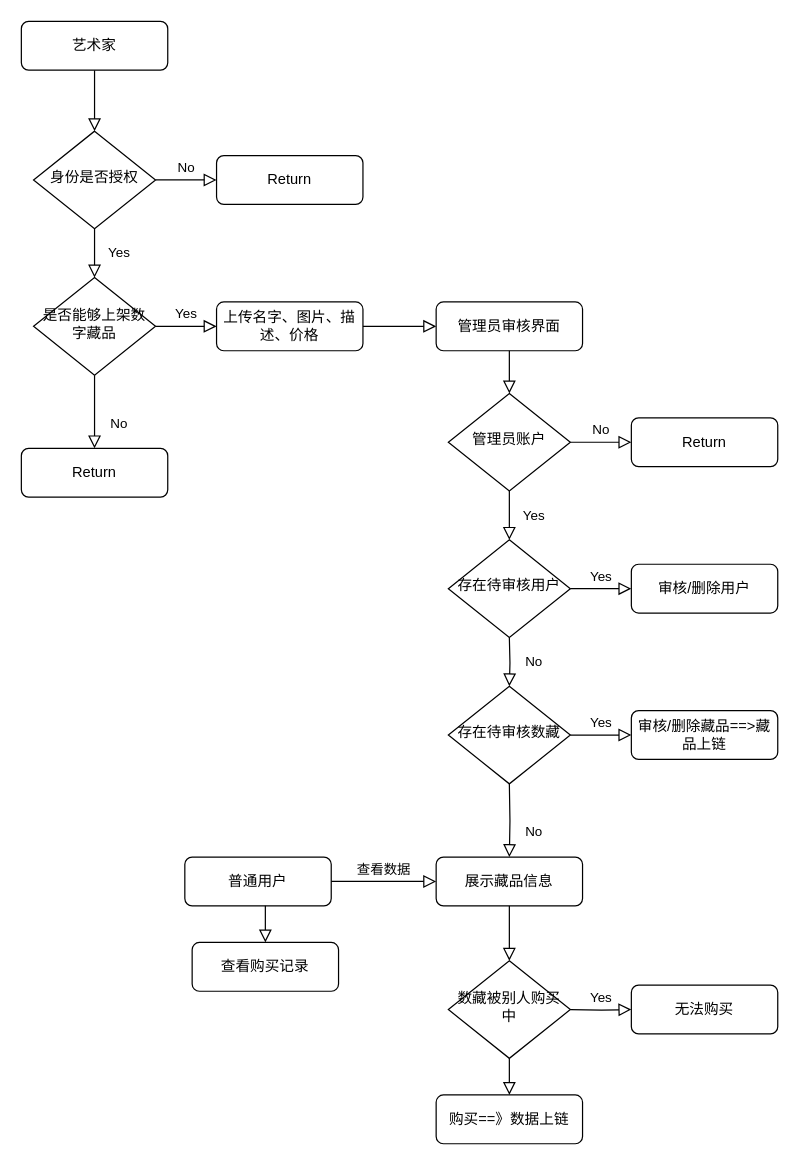
This is 未命名绘图.drawio from yuhuajing/AllCommonTools, a draw.io file, before an edit. Source tidied: cells renumbered, new cells numbered last; positions are measured from the earlier drawing's top-left corner, leaving out a move shared by most shapes. Both pictures are drawn from the tidied source at 122%, with x=0, y=0 at pixel (21, 21).
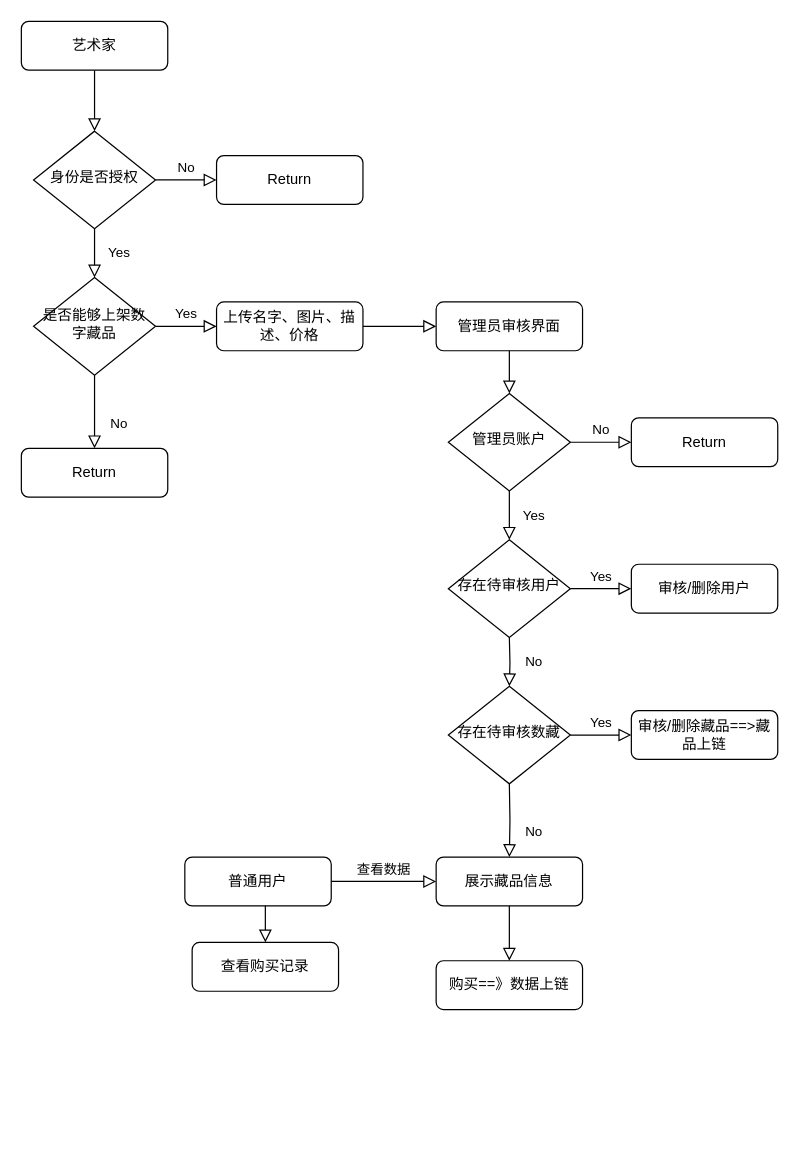
The same page after the edit.

Commit message:
更新未命名绘图.drawio

Unchanged cells that the change refers to:
```xml
<mxCell id="30" value="展示藏品信息" style="rounded=1;whiteSpace=wrap;html=1;fontSize=12;glass=0;strokeWidth=1;shadow=0;" parent="1" vertex="1">
  <mxGeometry x="340" y="685" width="120" height="40" as="geometry" />
</mxCell>
```

What changed in the source:
```diff
@@
-    <mxCell id="28" style="edgeStyle=orthogonalEdgeStyle;rounded=0;html=1;jettySize=auto;fontSize=11;endArrow=block;endFill=0;endSize=8;strokeWidth=1;shadow=0;labelBackgroundColor=none;exitX=0.5;exitY=1;exitDx=0;exitDy=0;entryX=0.5;entryY=0;entryDx=0;entryDy=0;" parent="1" edge="1" source="30" target="32">
-      <mxGeometry y="10" relative="1" as="geometry" />
+    <mxCell id="28" style="edgeStyle=orthogonalEdgeStyle;rounded=0;html=1;jettySize=auto;fontSize=11;endArrow=block;endFill=0;endSize=8;strokeWidth=1;shadow=0;labelBackgroundColor=none;exitX=0.5;exitY=1;exitDx=0;exitDy=0;entryX=0.5;entryY=0;entryDx=0;entryDy=0;" parent="1" edge="1" source="30">
+      <mxGeometry y="10" relative="1" as="geometry">
+        <mxPoint x="400" y="770" as="targetPoint" />
+      </mxGeometry>
     </mxCell>
@@
-    <mxCell id="32" value="数藏被别人购买中" style="rhombus;whiteSpace=wrap;html=1;shadow=0;fontFamily=Helvetica;fontSize=12;align=center;strokeWidth=1;spacing=6;spacingTop=-4;" parent="1" vertex="1">
-      <mxGeometry x="350" y="770" width="100" height="80" as="geometry" />
-    </mxCell>
-    <mxCell id="33" value="Yes" style="edgeStyle=orthogonalEdgeStyle;rounded=0;html=1;jettySize=auto;fontSize=11;endArrow=block;endFill=0;endSize=8;strokeWidth=1;shadow=0;labelBackgroundColor=none;" parent="1" edge="1" target="34">
-      <mxGeometry y="10" relative="1" as="geometry">
-        <mxPoint x="450" y="810" as="sourcePoint" />
-      </mxGeometry>
-    </mxCell>
-    <mxCell id="34" value="无法购买" style="rounded=1;whiteSpace=wrap;html=1;fontSize=12;glass=0;strokeWidth=1;shadow=0;" parent="1" vertex="1">
-      <mxGeometry x="500" y="790" width="120" height="40" as="geometry" />
-    </mxCell>
     <mxCell id="35" value="购买==》数据上链" style="rounded=1;whiteSpace=wrap;html=1;fontSize=12;glass=0;strokeWidth=1;shadow=0;" parent="1" vertex="1">
-      <mxGeometry x="340" y="880" width="120" height="40" as="geometry" />
+      <mxGeometry x="340" y="770" width="120" height="40" as="geometry" />
     </mxCell>
-    <mxCell id="36" style="edgeStyle=orthogonalEdgeStyle;rounded=0;html=1;jettySize=auto;fontSize=11;endArrow=block;endFill=0;endSize=8;strokeWidth=1;shadow=0;labelBackgroundColor=none;exitX=0.5;exitY=1;exitDx=0;exitDy=0;entryX=0.5;entryY=0;entryDx=0;entryDy=0;" parent="1" edge="1" source="32" target="35">
-      <mxGeometry y="10" relative="1" as="geometry" />
-    </mxCell>
```
